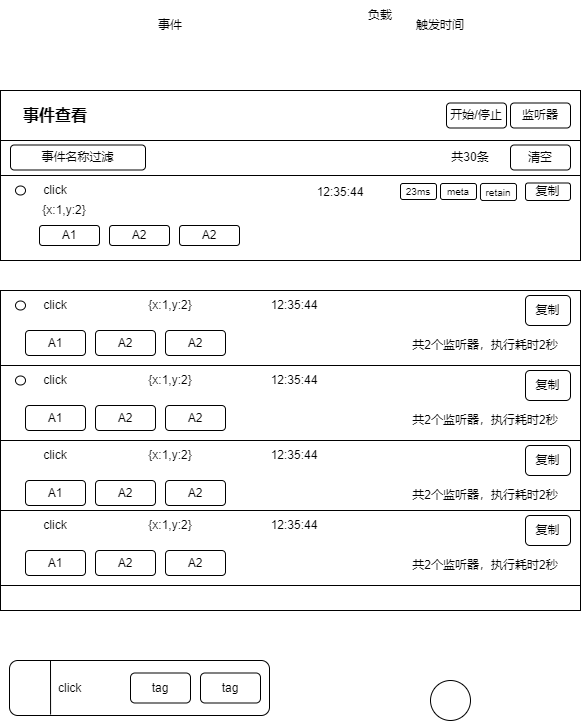
The draw.io diagram packages/viewer/src/viewer.drawio.png in zhangfisher/fastevent, before a commit. Source tidied: cells renumbered, new cells last; positions are measured from the earlier drawing's top-left corner, leaving out a move shared by most shapes.
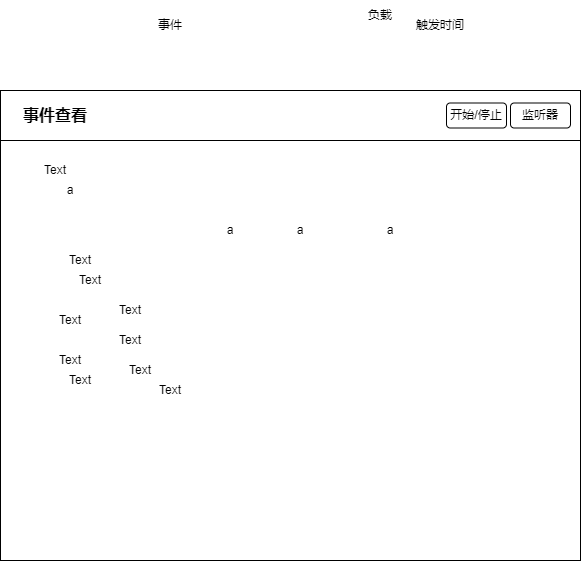
Later version of the same file.

Change to the diagram source:
```diff
@@ -11,9 +11,6 @@
     <mxCell id="4" value="开始/停止" style="rounded=1;whiteSpace=wrap;html=1;" parent="1" vertex="1">
       <mxGeometry x="446" y="102.5" width="60" height="25" as="geometry" />
     </mxCell>
-    <mxCell id="5" style="rounded=0;whiteSpace=wrap;html=1;" parent="1" vertex="1">
-      <mxGeometry y="140" width="580" height="40" as="geometry" />
-    </mxCell>
     <mxCell id="6" value="事件" style="text;html=1;align=center;verticalAlign=middle;whiteSpace=wrap;rounded=0;" parent="1" vertex="1">
       <mxGeometry x="140" y="10" width="60" height="30" as="geometry" />
     </mxCell>
@@ -21,189 +18,55 @@
       <mxGeometry x="350" width="60" height="30" as="geometry" />
     </mxCell>
     <mxCell id="8" style="rounded=0;whiteSpace=wrap;html=1;" parent="1" vertex="1">
-      <mxGeometry y="175" width="580" height="85" as="geometry" />
+      <mxGeometry y="140" width="580" height="420" as="geometry" />
     </mxCell>
-    <mxCell id="9" value="click" style="text;html=1;align=center;verticalAlign=middle;whiteSpace=wrap;rounded=0;" parent="1" vertex="1">
-      <mxGeometry x="25" y="175" width="60" height="30" as="geometry" />
-    </mxCell>
-    <mxCell id="10" value="{x:1,y:2}" style="text;html=1;align=center;verticalAlign=middle;whiteSpace=wrap;rounded=0;" parent="1" vertex="1">
-      <mxGeometry x="39" y="200" width="50" height="20" as="geometry" />
-    </mxCell>
-    <mxCell id="11" value="A1" style="rounded=1;whiteSpace=wrap;html=1;" parent="1" vertex="1">
-      <mxGeometry x="39" y="225" width="60" height="20" as="geometry" />
-    </mxCell>
-    <mxCell id="12" value="A2" style="rounded=1;whiteSpace=wrap;html=1;" parent="1" vertex="1">
-      <mxGeometry x="109" y="225" width="60" height="20" as="geometry" />
-    </mxCell>
-    <mxCell id="13" value="A2" style="rounded=1;whiteSpace=wrap;html=1;" parent="1" vertex="1">
-      <mxGeometry x="179" y="225" width="60" height="20" as="geometry" />
-    </mxCell>
-    <mxCell id="14" value="复制" style="rounded=1;whiteSpace=wrap;html=1;" parent="1" vertex="1">
-      <mxGeometry x="525" y="182.5" width="45" height="17.5" as="geometry" />
-    </mxCell>
     <mxCell id="15" value="触发时间" style="text;html=1;align=center;verticalAlign=middle;whiteSpace=wrap;rounded=0;" parent="1" vertex="1">
       <mxGeometry x="410" y="10" width="60" height="30" as="geometry" />
     </mxCell>
-    <mxCell id="16" value="12:35:44" style="text;html=1;align=center;verticalAlign=middle;whiteSpace=wrap;rounded=0;" parent="1" vertex="1">
-      <mxGeometry x="310" y="176.5" width="60" height="30" as="geometry" />
-    </mxCell>
-    <mxCell id="17" style="rounded=0;whiteSpace=wrap;html=1;" parent="1" vertex="1">
-      <mxGeometry y="290" width="580" height="75" as="geometry" />
-    </mxCell>
-    <mxCell id="18" value="click" style="text;html=1;align=center;verticalAlign=middle;whiteSpace=wrap;rounded=0;" parent="1" vertex="1">
-      <mxGeometry x="25" y="290" width="60" height="30" as="geometry" />
-    </mxCell>
-    <mxCell id="19" value="{x:1,y:2}" style="text;html=1;align=center;verticalAlign=middle;whiteSpace=wrap;rounded=0;" parent="1" vertex="1">
-      <mxGeometry x="140" y="290" width="60" height="30" as="geometry" />
-    </mxCell>
-    <mxCell id="20" value="A1" style="rounded=1;whiteSpace=wrap;html=1;" parent="1" vertex="1">
-      <mxGeometry x="25" y="330" width="60" height="25" as="geometry" />
-    </mxCell>
-    <mxCell id="21" value="A2" style="rounded=1;whiteSpace=wrap;html=1;" parent="1" vertex="1">
-      <mxGeometry x="95" y="330" width="60" height="25" as="geometry" />
-    </mxCell>
-    <mxCell id="22" value="A2" style="rounded=1;whiteSpace=wrap;html=1;" parent="1" vertex="1">
-      <mxGeometry x="165" y="330" width="60" height="25" as="geometry" />
-    </mxCell>
-    <mxCell id="23" value="共2个监听器，执行耗时2秒" style="text;html=1;align=center;verticalAlign=middle;whiteSpace=wrap;rounded=0;" parent="1" vertex="1">
-      <mxGeometry x="410" y="330" width="150" height="30" as="geometry" />
-    </mxCell>
-    <mxCell id="24" value="复制" style="rounded=1;whiteSpace=wrap;html=1;" parent="1" vertex="1">
-      <mxGeometry x="525" y="295" width="45" height="30" as="geometry" />
-    </mxCell>
-    <mxCell id="25" value="12:35:44" style="text;html=1;align=center;verticalAlign=middle;whiteSpace=wrap;rounded=0;" parent="1" vertex="1">
-      <mxGeometry x="264" y="290" width="60" height="30" as="geometry" />
-    </mxCell>
-    <mxCell id="26" style="rounded=0;whiteSpace=wrap;html=1;" parent="1" vertex="1">
-      <mxGeometry y="365" width="580" height="75" as="geometry" />
-    </mxCell>
-    <mxCell id="27" value="click" style="text;html=1;align=center;verticalAlign=middle;whiteSpace=wrap;rounded=0;" parent="1" vertex="1">
-      <mxGeometry x="25" y="365" width="60" height="30" as="geometry" />
-    </mxCell>
-    <mxCell id="28" value="{x:1,y:2}" style="text;html=1;align=center;verticalAlign=middle;whiteSpace=wrap;rounded=0;" parent="1" vertex="1">
-      <mxGeometry x="140" y="365" width="60" height="30" as="geometry" />
-    </mxCell>
-    <mxCell id="29" value="A1" style="rounded=1;whiteSpace=wrap;html=1;" parent="1" vertex="1">
-      <mxGeometry x="25" y="405" width="60" height="25" as="geometry" />
-    </mxCell>
-    <mxCell id="30" value="A2" style="rounded=1;whiteSpace=wrap;html=1;" parent="1" vertex="1">
-      <mxGeometry x="95" y="405" width="60" height="25" as="geometry" />
-    </mxCell>
-    <mxCell id="31" value="A2" style="rounded=1;whiteSpace=wrap;html=1;" parent="1" vertex="1">
-      <mxGeometry x="165" y="405" width="60" height="25" as="geometry" />
-    </mxCell>
-    <mxCell id="32" value="共2个监听器，执行耗时2秒" style="text;html=1;align=center;verticalAlign=middle;whiteSpace=wrap;rounded=0;" parent="1" vertex="1">
-      <mxGeometry x="410" y="405" width="150" height="30" as="geometry" />
-    </mxCell>
-    <mxCell id="33" value="复制" style="rounded=1;whiteSpace=wrap;html=1;" parent="1" vertex="1">
-      <mxGeometry x="525" y="370" width="45" height="30" as="geometry" />
-    </mxCell>
-    <mxCell id="34" value="12:35:44" style="text;html=1;align=center;verticalAlign=middle;whiteSpace=wrap;rounded=0;" parent="1" vertex="1">
-      <mxGeometry x="264" y="365" width="60" height="30" as="geometry" />
-    </mxCell>
-    <mxCell id="35" style="rounded=0;whiteSpace=wrap;html=1;" parent="1" vertex="1">
-      <mxGeometry y="440" width="580" height="75" as="geometry" />
-    </mxCell>
-    <mxCell id="36" value="click" style="text;html=1;align=center;verticalAlign=middle;whiteSpace=wrap;rounded=0;" parent="1" vertex="1">
-      <mxGeometry x="25" y="440" width="60" height="30" as="geometry" />
-    </mxCell>
-    <mxCell id="37" value="{x:1,y:2}" style="text;html=1;align=center;verticalAlign=middle;whiteSpace=wrap;rounded=0;" parent="1" vertex="1">
-      <mxGeometry x="140" y="440" width="60" height="30" as="geometry" />
-    </mxCell>
-    <mxCell id="38" value="A1" style="rounded=1;whiteSpace=wrap;html=1;" parent="1" vertex="1">
-      <mxGeometry x="25" y="480" width="60" height="25" as="geometry" />
-    </mxCell>
-    <mxCell id="39" value="A2" style="rounded=1;whiteSpace=wrap;html=1;" parent="1" vertex="1">
-      <mxGeometry x="95" y="480" width="60" height="25" as="geometry" />
-    </mxCell>
-    <mxCell id="40" value="A2" style="rounded=1;whiteSpace=wrap;html=1;" parent="1" vertex="1">
-      <mxGeometry x="165" y="480" width="60" height="25" as="geometry" />
-    </mxCell>
-    <mxCell id="41" value="共2个监听器，执行耗时2秒" style="text;html=1;align=center;verticalAlign=middle;whiteSpace=wrap;rounded=0;" parent="1" vertex="1">
-      <mxGeometry x="410" y="480" width="150" height="30" as="geometry" />
-    </mxCell>
-    <mxCell id="42" value="复制" style="rounded=1;whiteSpace=wrap;html=1;" parent="1" vertex="1">
-      <mxGeometry x="525" y="445" width="45" height="30" as="geometry" />
-    </mxCell>
-    <mxCell id="43" value="12:35:44" style="text;html=1;align=center;verticalAlign=middle;whiteSpace=wrap;rounded=0;" parent="1" vertex="1">
-      <mxGeometry x="264" y="440" width="60" height="30" as="geometry" />
-    </mxCell>
-    <mxCell id="44" style="rounded=0;whiteSpace=wrap;html=1;" parent="1" vertex="1">
-      <mxGeometry y="510" width="580" height="75" as="geometry" />
-    </mxCell>
-    <mxCell id="45" value="click" style="text;html=1;align=center;verticalAlign=middle;whiteSpace=wrap;rounded=0;" parent="1" vertex="1">
-      <mxGeometry x="25" y="510" width="60" height="30" as="geometry" />
-    </mxCell>
-    <mxCell id="46" value="{x:1,y:2}" style="text;html=1;align=center;verticalAlign=middle;whiteSpace=wrap;rounded=0;" parent="1" vertex="1">
-      <mxGeometry x="140" y="510" width="60" height="30" as="geometry" />
-    </mxCell>
-    <mxCell id="47" value="A1" style="rounded=1;whiteSpace=wrap;html=1;" parent="1" vertex="1">
-      <mxGeometry x="25" y="550" width="60" height="25" as="geometry" />
-    </mxCell>
-    <mxCell id="48" value="A2" style="rounded=1;whiteSpace=wrap;html=1;" parent="1" vertex="1">
-      <mxGeometry x="95" y="550" width="60" height="25" as="geometry" />
-    </mxCell>
-    <mxCell id="49" value="A2" style="rounded=1;whiteSpace=wrap;html=1;" parent="1" vertex="1">
-      <mxGeometry x="165" y="550" width="60" height="25" as="geometry" />
-    </mxCell>
-    <mxCell id="50" value="共2个监听器，执行耗时2秒" style="text;html=1;align=center;verticalAlign=middle;whiteSpace=wrap;rounded=0;" parent="1" vertex="1">
-      <mxGeometry x="410" y="550" width="150" height="30" as="geometry" />
-    </mxCell>
-    <mxCell id="51" value="复制" style="rounded=1;whiteSpace=wrap;html=1;" parent="1" vertex="1">
-      <mxGeometry x="525" y="515" width="45" height="30" as="geometry" />
-    </mxCell>
-    <mxCell id="52" value="12:35:44" style="text;html=1;align=center;verticalAlign=middle;whiteSpace=wrap;rounded=0;" parent="1" vertex="1">
-      <mxGeometry x="264" y="510" width="60" height="30" as="geometry" />
-    </mxCell>
-    <mxCell id="53" style="rounded=0;whiteSpace=wrap;html=1;" parent="1" vertex="1">
-      <mxGeometry y="585" width="580" height="25" as="geometry" />
-    </mxCell>
-    <mxCell id="54" value="共30条" style="text;html=1;align=center;verticalAlign=middle;whiteSpace=wrap;rounded=0;" parent="1" vertex="1">
-      <mxGeometry x="430" y="144.5" width="80" height="25" as="geometry" />
-    </mxCell>
-    <mxCell id="55" value="meta" style="rounded=1;whiteSpace=wrap;html=1;fontSize=10;" parent="1" vertex="1">
-      <mxGeometry x="440" y="183" width="36" height="16" as="geometry" />
-    </mxCell>
-    <mxCell id="56" value="retain" style="rounded=1;whiteSpace=wrap;html=1;fontSize=10;" parent="1" vertex="1">
-      <mxGeometry x="480" y="183" width="36" height="17" as="geometry" />
-    </mxCell>
-    <mxCell id="57" value="&amp;nbsp; &amp;nbsp; &amp;nbsp; &amp;nbsp; &amp;nbsp; &amp;nbsp; click" style="rounded=1;whiteSpace=wrap;html=1;align=left;spacingLeft=7;" parent="1" vertex="1">
-      <mxGeometry x="9" y="660" width="260" height="55" as="geometry" />
-    </mxCell>
-    <mxCell id="58" style="ellipse;whiteSpace=wrap;html=1;" parent="1" vertex="1">
-      <mxGeometry x="430" y="680" width="40" height="40" as="geometry" />
-    </mxCell>
-    <mxCell id="59" value="tag" style="rounded=1;whiteSpace=wrap;html=1;" parent="1" vertex="1">
-      <mxGeometry x="130" y="672.5" width="60" height="30" as="geometry" />
-    </mxCell>
-    <mxCell id="60" value="事件名称过滤" style="rounded=1;whiteSpace=wrap;html=1;" parent="1" vertex="1">
-      <mxGeometry x="10" y="144.5" width="135" height="25" as="geometry" />
-    </mxCell>
-    <mxCell id="61" value="tag" style="rounded=1;whiteSpace=wrap;html=1;" parent="1" vertex="1">
-      <mxGeometry x="200" y="672.5" width="60" height="30" as="geometry" />
-    </mxCell>
-    <mxCell id="62" style="ellipse;whiteSpace=wrap;html=1;" parent="1" vertex="1">
-      <mxGeometry x="15" y="185.5" width="10" height="9" as="geometry" />
-    </mxCell>
-    <mxCell id="63" style="ellipse;whiteSpace=wrap;html=1;" parent="1" vertex="1">
-      <mxGeometry x="15" y="300.5" width="10" height="9" as="geometry" />
-    </mxCell>
-    <mxCell id="64" style="ellipse;whiteSpace=wrap;html=1;" parent="1" vertex="1">
-      <mxGeometry x="15" y="375.5" width="10" height="9" as="geometry" />
-    </mxCell>
     <mxCell id="65" value="监听器" style="rounded=1;whiteSpace=wrap;html=1;" parent="1" vertex="1">
       <mxGeometry x="510" y="102.5" width="60" height="25" as="geometry" />
     </mxCell>
-    <mxCell id="66" value="清空" style="rounded=1;whiteSpace=wrap;html=1;" parent="1" vertex="1">
-      <mxGeometry x="510" y="144.5" width="60" height="25" as="geometry" />
-    </mxCell>
-    <mxCell id="67" value="23ms" style="rounded=1;whiteSpace=wrap;html=1;fontSize=10;" parent="1" vertex="1">
-      <mxGeometry x="400" y="183" width="36" height="16" as="geometry" />
-    </mxCell>
-    <mxCell id="68" style="endArrow=none;html=1;exitX=0.158;exitY=0.982;exitDx=0;exitDy=0;exitPerimeter=0;" parent="1" edge="1" source="57">
-      <mxGeometry relative="1" as="geometry">
-        <mxPoint x="50" y="660" as="targetPoint" />
-      </mxGeometry>
+    <mxCell id="68" value="Text" style="text;html=1;align=center;verticalAlign=middle;whiteSpace=wrap;rounded=0;" parent="1" vertex="1">
+      <mxGeometry x="25" y="160" width="60" height="20" as="geometry" />
     </mxCell>
+    <mxCell id="69" value="a" style="text;html=1;align=center;verticalAlign=middle;whiteSpace=wrap;rounded=0;" parent="1" vertex="1">
+      <mxGeometry x="50" y="180" width="40" height="20" as="geometry" />
+    </mxCell>
+    <mxCell id="70" value="Text" style="text;html=1;align=center;verticalAlign=middle;whiteSpace=wrap;rounded=0;" parent="1" vertex="1">
+      <mxGeometry x="50" y="250" width="60" height="20" as="geometry" />
+    </mxCell>
+    <mxCell id="71" value="Text" style="text;html=1;align=center;verticalAlign=middle;whiteSpace=wrap;rounded=0;" parent="1" vertex="1">
+      <mxGeometry x="60" y="270" width="60" height="20" as="geometry" />
+    </mxCell>
+    <mxCell id="72" value="Text" style="text;html=1;align=center;verticalAlign=middle;whiteSpace=wrap;rounded=0;" parent="1" vertex="1">
+      <mxGeometry x="100" y="300" width="60" height="20" as="geometry" />
+    </mxCell>
+    <mxCell id="73" value="Text" style="text;html=1;align=center;verticalAlign=middle;whiteSpace=wrap;rounded=0;" parent="1" vertex="1">
+      <mxGeometry x="40" y="310" width="60" height="20" as="geometry" />
+    </mxCell>
+    <mxCell id="74" value="Text" style="text;html=1;align=center;verticalAlign=middle;whiteSpace=wrap;rounded=0;" parent="1" vertex="1">
+      <mxGeometry x="100" y="330" width="60" height="20" as="geometry" />
+    </mxCell>
+    <mxCell id="75" value="Text" style="text;html=1;align=center;verticalAlign=middle;whiteSpace=wrap;rounded=0;" parent="1" vertex="1">
+      <mxGeometry x="40" y="350" width="60" height="20" as="geometry" />
+    </mxCell>
+    <mxCell id="76" value="Text" style="text;html=1;align=center;verticalAlign=middle;whiteSpace=wrap;rounded=0;" parent="1" vertex="1">
+      <mxGeometry x="110" y="360" width="60" height="20" as="geometry" />
+    </mxCell>
+    <mxCell id="77" value="Text" style="text;html=1;align=center;verticalAlign=middle;whiteSpace=wrap;rounded=0;" parent="1" vertex="1">
+      <mxGeometry x="50" y="370" width="60" height="20" as="geometry" />
+    </mxCell>
+    <mxCell id="78" value="Text" style="text;html=1;align=center;verticalAlign=middle;whiteSpace=wrap;rounded=0;" parent="1" vertex="1">
+      <mxGeometry x="140" y="380" width="60" height="20" as="geometry" />
+    </mxCell>
+    <mxCell id="79" value="a" style="text;html=1;align=center;verticalAlign=middle;whiteSpace=wrap;rounded=0;" parent="1" vertex="1">
+      <mxGeometry x="200" y="220" width="60" height="20" as="geometry" />
+    </mxCell>
+    <mxCell id="80" value="a" style="text;html=1;align=center;verticalAlign=middle;whiteSpace=wrap;rounded=0;" parent="1" vertex="1">
+      <mxGeometry x="270" y="220" width="60" height="20" as="geometry" />
+    </mxCell>
+    <mxCell id="81" value="a" style="text;html=1;align=center;verticalAlign=middle;whiteSpace=wrap;rounded=0;" parent="1" vertex="1">
+      <mxGeometry x="360" y="220" width="60" height="20" as="geometry" />
+    </mxCell>
   </root>
 </mxGraphModel>
```
